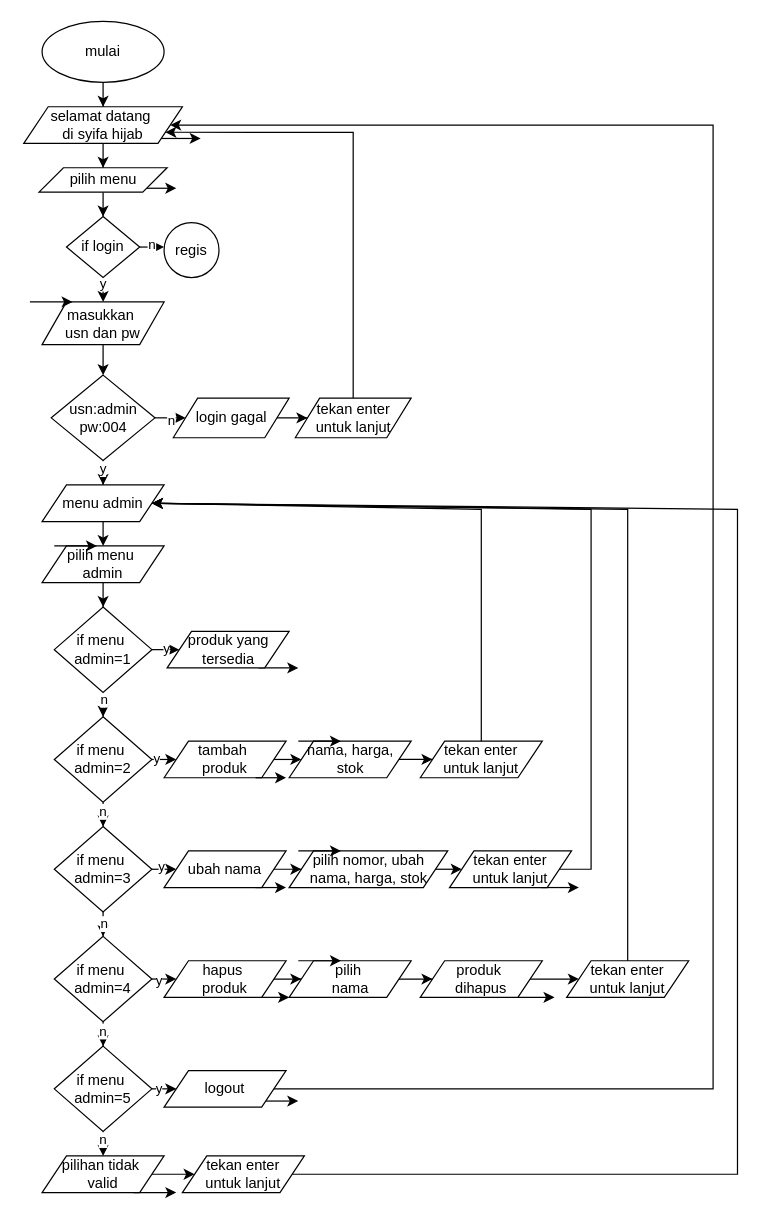
Above: A1-2025/Flowchart Posttest APD 5.drawio in cipa-dev/praktikum-apd (draw.io), before the change. Source tidied: cells renumbered, new cells numbered last; positions are measured from the earlier drawing's top-left corner, leaving out a move shared by most shapes. Both pictures are drawn from the tidied source at 122%, with x=0, y=0 at pixel (23, 21).
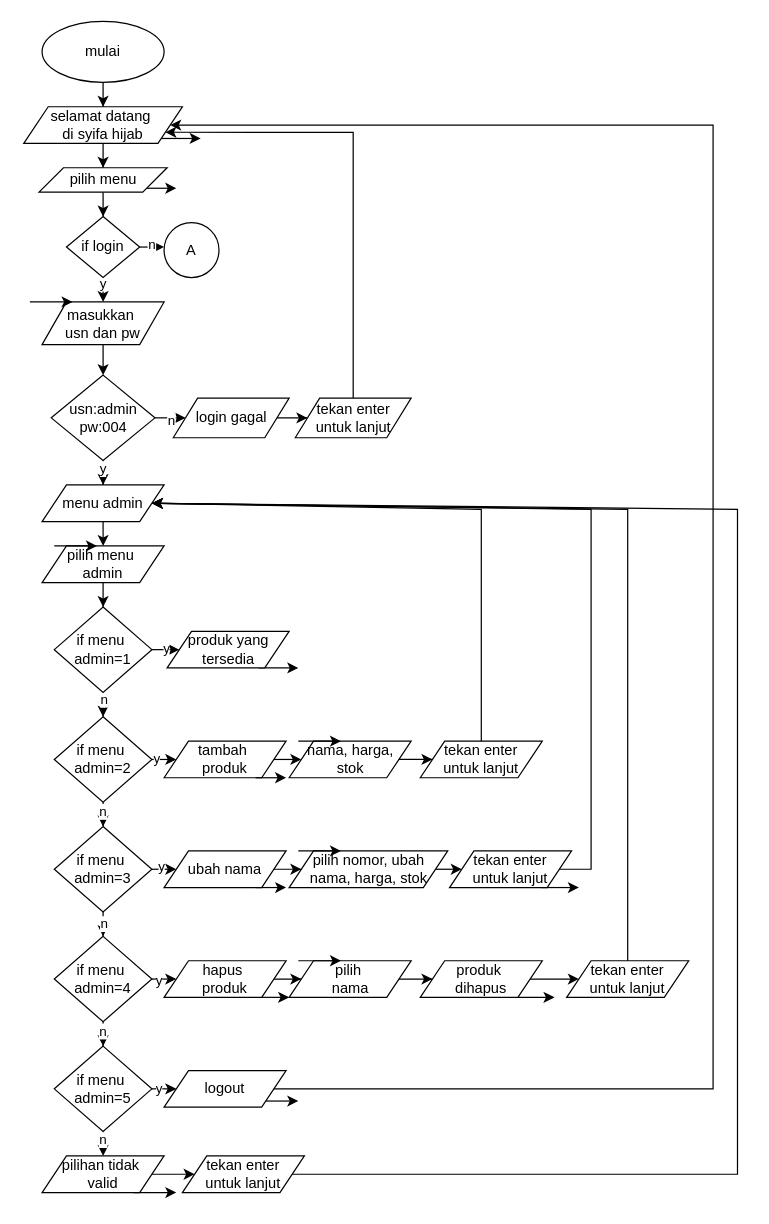
The same page after the edit.

Diff of the diagram source:
```diff
@@
-    <mxCell id="83" value="regis" style="ellipse;whiteSpace=wrap;html=1;" parent="1" vertex="1">
+    <mxCell id="83" value="A" style="ellipse;whiteSpace=wrap;html=1;" parent="1" vertex="1">
       <mxGeometry x="115" y="165" width="45" height="45" as="geometry" />
     </mxCell>
```
